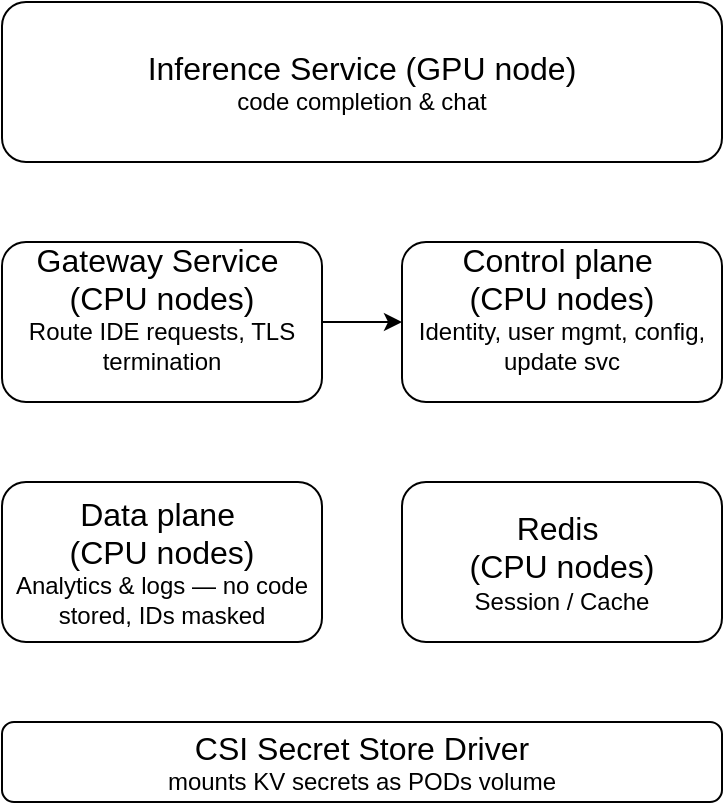
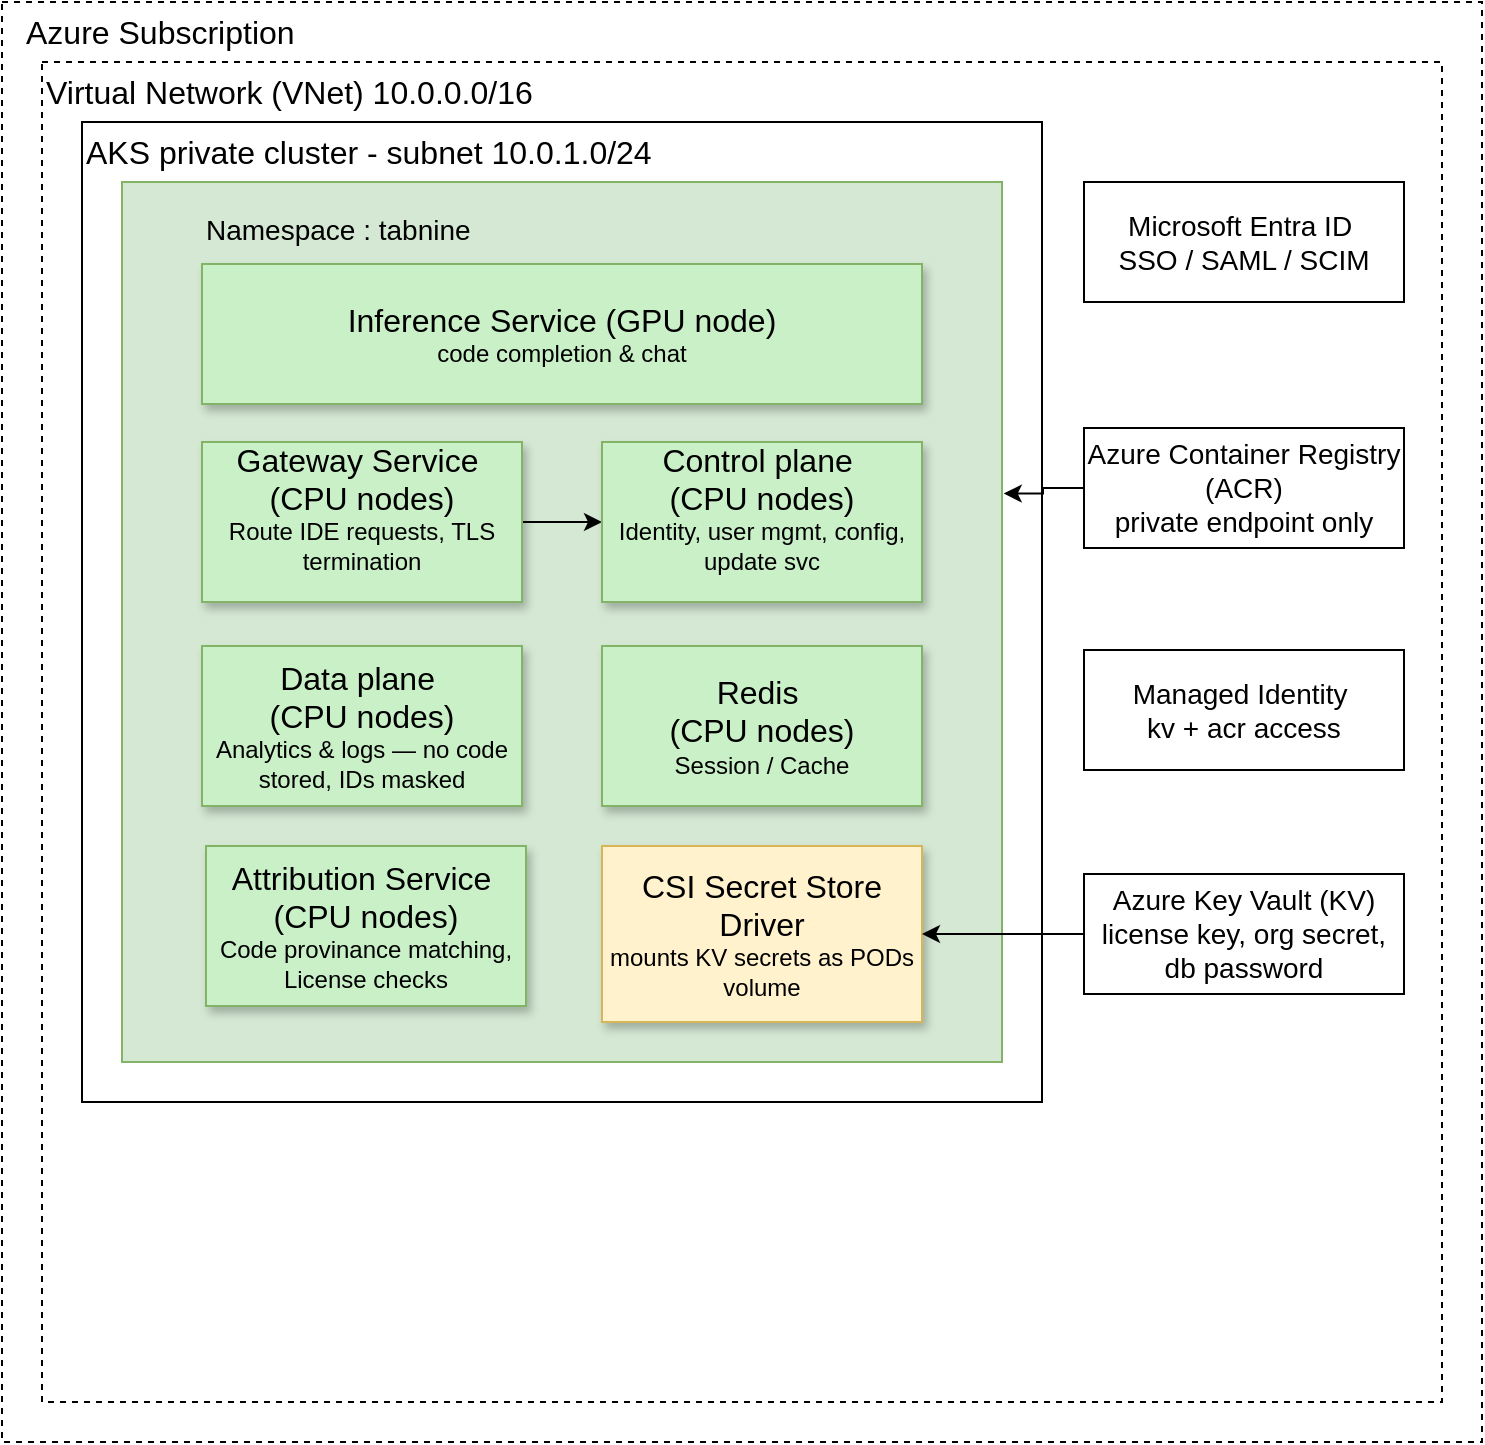
<mxfile host="app.diagrams.net">
  <diagram name="Page-1" id="RaZN6btFNOcmfo6LRZtj">
    <mxGraphModel dx="774" dy="463" grid="1" gridSize="10" guides="1" tooltips="1" connect="1" arrows="1" fold="1" page="1" pageScale="1" pageWidth="827" pageHeight="1169" math="0" shadow="0">
      <root>
        <mxCell id="0" />
        <mxCell id="1" parent="0" />
-         <mxCell id="NG9N9KS3YvPwX7sb8C-h-1" parent="1" style="rounded=1;whiteSpace=wrap;html=1;" value="&lt;font style=&quot;font-size: 16px;&quot;&gt;Inference Service (GPU node)&lt;/font&gt;&lt;div&gt;code completion &amp;amp; chat&lt;/div&gt;" vertex="1">
-           <mxGeometry height="80" width="360" x="160" y="120" as="geometry" />
+         <mxCell id="tj9_lGkRYH3mmmL8yxmY-16" parent="1" style="rounded=0;whiteSpace=wrap;html=1;dashed=1;" value="" vertex="1">
+           <mxGeometry height="720" width="740" x="60" y="20" as="geometry" />
+         </mxCell>
+         <mxCell id="tj9_lGkRYH3mmmL8yxmY-14" parent="1" style="rounded=0;whiteSpace=wrap;html=1;dashed=1;" value="" vertex="1">
+           <mxGeometry height="670" width="700" x="80" y="50" as="geometry" />
+         </mxCell>
+         <mxCell id="tj9_lGkRYH3mmmL8yxmY-12" parent="1" style="rounded=0;whiteSpace=wrap;html=1;" value="" vertex="1">
+           <mxGeometry height="490" width="480" x="100" y="80" as="geometry" />
+         </mxCell>
+         <mxCell id="tj9_lGkRYH3mmmL8yxmY-1" parent="1" style="rounded=0;whiteSpace=wrap;html=1;fillColor=#d5e8d4;strokeColor=#82b366;" value="" vertex="1">
+           <mxGeometry height="440" width="440" x="120" y="110" as="geometry" />
+         </mxCell>
+         <mxCell id="NG9N9KS3YvPwX7sb8C-h-1" parent="1" style="rounded=0;whiteSpace=wrap;html=1;fillColor=light-dark(#c9f0c7, #1f2f1e);strokeColor=#82b366;shadow=1;" value="&lt;font style=&quot;font-size: 16px;&quot;&gt;Inference Service (GPU node)&lt;/font&gt;&lt;div&gt;code completion &amp;amp; chat&lt;/div&gt;" vertex="1">
+           <mxGeometry height="70" width="360" x="160" y="151" as="geometry" />
        </mxCell>
        <mxCell id="X3gNwNGdug_4-xN7Soje-5" edge="1" parent="1" source="X3gNwNGdug_4-xN7Soje-1" style="edgeStyle=orthogonalEdgeStyle;rounded=0;orthogonalLoop=1;jettySize=auto;html=1;entryX=0;entryY=0.5;entryDx=0;entryDy=0;" target="X3gNwNGdug_4-xN7Soje-4">
          <mxGeometry relative="1" as="geometry" />
        </mxCell>
-         <mxCell id="X3gNwNGdug_4-xN7Soje-1" parent="1" style="rounded=1;whiteSpace=wrap;html=1;" value="&lt;div&gt;&lt;span style=&quot;font-size: 16px;&quot;&gt;Gateway Service&amp;nbsp;&lt;/span&gt;&lt;/div&gt;&lt;div&gt;&lt;span style=&quot;font-size: 16px;&quot;&gt;(CPU nodes)&lt;/span&gt;&lt;/div&gt;&lt;div&gt;&lt;font&gt;Route IDE requests, TLS termination&lt;/font&gt;&lt;/div&gt;&lt;div&gt;&lt;br&gt;&lt;/div&gt;" vertex="1">
+         <mxCell id="X3gNwNGdug_4-xN7Soje-1" parent="1" style="rounded=0;whiteSpace=wrap;html=1;fillColor=#C9F0C7;strokeColor=#82b366;shadow=1;" value="&lt;div&gt;&lt;span style=&quot;font-size: 16px;&quot;&gt;Gateway Service&amp;nbsp;&lt;/span&gt;&lt;/div&gt;&lt;div&gt;&lt;span style=&quot;font-size: 16px;&quot;&gt;(CPU nodes)&lt;/span&gt;&lt;/div&gt;&lt;div&gt;&lt;font&gt;Route IDE requests, TLS termination&lt;/font&gt;&lt;/div&gt;&lt;div&gt;&lt;br&gt;&lt;/div&gt;" vertex="1">
          <mxGeometry height="80" width="160" x="160" y="240" as="geometry" />
        </mxCell>
-         <mxCell id="X3gNwNGdug_4-xN7Soje-2" parent="1" style="rounded=1;whiteSpace=wrap;html=1;" value="&lt;div&gt;&lt;div&gt;&lt;span style=&quot;font-size: 16px;&quot;&gt;Data plane&amp;nbsp;&lt;/span&gt;&lt;/div&gt;&lt;div&gt;&lt;span style=&quot;font-size: 16px;&quot;&gt;(CPU nodes)&lt;/span&gt;&lt;/div&gt;&lt;div&gt;&lt;font&gt;Analytics &amp;amp; logs — no code stored, IDs masked&lt;/font&gt;&lt;/div&gt;&lt;/div&gt;" vertex="1">
-           <mxGeometry height="80" width="160" x="160" y="360" as="geometry" />
+         <mxCell id="X3gNwNGdug_4-xN7Soje-2" parent="1" style="rounded=0;whiteSpace=wrap;html=1;fillColor=#C9F0C7;strokeColor=#82b366;shadow=1;" value="&lt;div&gt;&lt;div&gt;&lt;span style=&quot;font-size: 16px;&quot;&gt;Data plane&amp;nbsp;&lt;/span&gt;&lt;/div&gt;&lt;div&gt;&lt;span style=&quot;font-size: 16px;&quot;&gt;(CPU nodes)&lt;/span&gt;&lt;/div&gt;&lt;div&gt;&lt;font&gt;Analytics &amp;amp; logs — no code stored, IDs masked&lt;/font&gt;&lt;/div&gt;&lt;/div&gt;" vertex="1">
+           <mxGeometry height="80" width="160" x="160" y="342" as="geometry" />
        </mxCell>
-         <mxCell id="X3gNwNGdug_4-xN7Soje-3" parent="1" style="rounded=1;whiteSpace=wrap;html=1;" value="&lt;div&gt;&lt;div&gt;&lt;span style=&quot;font-size: 16px;&quot;&gt;Redis&amp;nbsp;&lt;/span&gt;&lt;/div&gt;&lt;div&gt;&lt;span style=&quot;font-size: 16px;&quot;&gt;(CPU nodes)&lt;/span&gt;&lt;/div&gt;&lt;div&gt;&lt;font&gt;Session / Cache&lt;/font&gt;&lt;/div&gt;&lt;/div&gt;" vertex="1">
-           <mxGeometry height="80" width="160" x="360" y="360" as="geometry" />
+         <mxCell id="X3gNwNGdug_4-xN7Soje-3" parent="1" style="rounded=0;whiteSpace=wrap;html=1;fillColor=#C9F0C7;strokeColor=#82b366;shadow=1;" value="&lt;div&gt;&lt;div&gt;&lt;span style=&quot;font-size: 16px;&quot;&gt;Redis&amp;nbsp;&lt;/span&gt;&lt;/div&gt;&lt;div&gt;&lt;span style=&quot;font-size: 16px;&quot;&gt;(CPU nodes)&lt;/span&gt;&lt;/div&gt;&lt;div&gt;&lt;font&gt;Session / Cache&lt;/font&gt;&lt;/div&gt;&lt;/div&gt;" vertex="1">
+           <mxGeometry height="80" width="160" x="360" y="342" as="geometry" />
        </mxCell>
-         <mxCell id="X3gNwNGdug_4-xN7Soje-4" parent="1" style="rounded=1;whiteSpace=wrap;html=1;" value="&lt;div&gt;&lt;span style=&quot;font-size: 16px;&quot;&gt;Control plane&amp;nbsp;&lt;/span&gt;&lt;/div&gt;&lt;div&gt;&lt;span style=&quot;font-size: 16px;&quot;&gt;(CPU nodes)&lt;/span&gt;&lt;/div&gt;&lt;div&gt;&lt;font&gt;Identity, user mgmt, config, update svc&lt;/font&gt;&lt;/div&gt;&lt;div&gt;&lt;br&gt;&lt;/div&gt;" vertex="1">
+         <mxCell id="X3gNwNGdug_4-xN7Soje-4" parent="1" style="rounded=0;whiteSpace=wrap;html=1;fillColor=#C9F0C7;strokeColor=#82b366;shadow=1;" value="&lt;div&gt;&lt;span style=&quot;font-size: 16px;&quot;&gt;Control plane&amp;nbsp;&lt;/span&gt;&lt;/div&gt;&lt;div&gt;&lt;span style=&quot;font-size: 16px;&quot;&gt;(CPU nodes)&lt;/span&gt;&lt;/div&gt;&lt;div&gt;&lt;font&gt;Identity, user mgmt, config, update svc&lt;/font&gt;&lt;/div&gt;&lt;div&gt;&lt;br&gt;&lt;/div&gt;" vertex="1">
          <mxGeometry height="80" width="160" x="360" y="240" as="geometry" />
        </mxCell>
-         <mxCell id="X3gNwNGdug_4-xN7Soje-7" parent="1" style="rounded=1;whiteSpace=wrap;html=1;" value="&lt;div&gt;&lt;div&gt;&lt;span style=&quot;font-size: 16px;&quot;&gt;CSI Secret Store Driver&lt;/span&gt;&lt;/div&gt;&lt;div&gt;&lt;font&gt;mounts KV secrets as PODs volume&lt;/font&gt;&lt;/div&gt;&lt;/div&gt;" vertex="1">
-           <mxGeometry height="40" width="360" x="160" y="480" as="geometry" />
+         <mxCell id="X3gNwNGdug_4-xN7Soje-7" parent="1" style="rounded=0;whiteSpace=wrap;html=1;fillColor=#fff2cc;strokeColor=#d6b656;shadow=1;" value="&lt;div&gt;&lt;div&gt;&lt;span style=&quot;font-size: 16px;&quot;&gt;CSI Secret Store Driver&lt;/span&gt;&lt;/div&gt;&lt;div&gt;&lt;font&gt;mounts KV secrets as PODs volume&lt;/font&gt;&lt;/div&gt;&lt;/div&gt;" vertex="1">
+           <mxGeometry height="88" width="160" x="360" y="442" as="geometry" />
+         </mxCell>
+         <mxCell id="tj9_lGkRYH3mmmL8yxmY-2" parent="1" style="text;html=1;whiteSpace=wrap;strokeColor=none;fillColor=none;align=left;verticalAlign=middle;rounded=0;" value="&lt;font style=&quot;font-size: 14px;&quot;&gt;Namespace : tabnine&lt;/font&gt;" vertex="1">
+           <mxGeometry height="30" width="360" x="160" y="119" as="geometry" />
+         </mxCell>
+         <mxCell id="tj9_lGkRYH3mmmL8yxmY-3" parent="1" style="rounded=0;whiteSpace=wrap;html=1;" value="&lt;font style=&quot;font-size: 14px;&quot;&gt;Azure Container Registry (ACR)&lt;/font&gt;&lt;div&gt;&lt;font style=&quot;font-size: 14px;&quot;&gt;private endpoint only&lt;/font&gt;&lt;/div&gt;" vertex="1">
+           <mxGeometry height="60" width="160" x="601" y="233" as="geometry" />
+         </mxCell>
+         <mxCell id="tj9_lGkRYH3mmmL8yxmY-8" edge="1" parent="1" source="tj9_lGkRYH3mmmL8yxmY-4" style="edgeStyle=orthogonalEdgeStyle;rounded=0;orthogonalLoop=1;jettySize=auto;html=1;entryX=1;entryY=0.5;entryDx=0;entryDy=0;" target="X3gNwNGdug_4-xN7Soje-7">
+           <mxGeometry relative="1" as="geometry" />
+         </mxCell>
+         <mxCell id="tj9_lGkRYH3mmmL8yxmY-4" parent="1" style="rounded=0;whiteSpace=wrap;html=1;" value="&lt;font style=&quot;font-size: 14px;&quot;&gt;Azure Key Vault (KV)&lt;/font&gt;&lt;div&gt;&lt;font style=&quot;font-size: 14px;&quot;&gt;license key, org secret, db password&lt;/font&gt;&lt;/div&gt;" vertex="1">
+           <mxGeometry height="60" width="160" x="601" y="456" as="geometry" />
+         </mxCell>
+         <mxCell id="tj9_lGkRYH3mmmL8yxmY-5" parent="1" style="rounded=0;whiteSpace=wrap;html=1;" value="&lt;font style=&quot;font-size: 14px;&quot;&gt;Managed Identity&amp;nbsp;&lt;/font&gt;&lt;div&gt;&lt;font style=&quot;font-size: 14px;&quot;&gt;kv + acr access&lt;/font&gt;&lt;/div&gt;" vertex="1">
+           <mxGeometry height="60" width="160" x="601" y="344" as="geometry" />
+         </mxCell>
+         <mxCell id="tj9_lGkRYH3mmmL8yxmY-6" parent="1" style="rounded=0;whiteSpace=wrap;html=1;" value="&lt;font style=&quot;font-size: 14px;&quot;&gt;Microsoft Entra ID&amp;nbsp;&lt;/font&gt;&lt;div&gt;&lt;font style=&quot;font-size: 14px;&quot;&gt;SSO / SAML / SCIM&lt;/font&gt;&lt;/div&gt;" vertex="1">
+           <mxGeometry height="60" width="160" x="601" y="110" as="geometry" />
+         </mxCell>
+         <mxCell id="tj9_lGkRYH3mmmL8yxmY-10" edge="1" parent="1" source="tj9_lGkRYH3mmmL8yxmY-3" style="edgeStyle=orthogonalEdgeStyle;rounded=0;orthogonalLoop=1;jettySize=auto;html=1;exitX=0;exitY=0.5;exitDx=0;exitDy=0;entryX=1.002;entryY=0.354;entryDx=0;entryDy=0;entryPerimeter=0;" target="tj9_lGkRYH3mmmL8yxmY-1">
+           <mxGeometry relative="1" as="geometry" />
+         </mxCell>
+         <mxCell id="tj9_lGkRYH3mmmL8yxmY-11" parent="1" style="rounded=0;whiteSpace=wrap;html=1;fillColor=#C9F0C7;strokeColor=#82b366;shadow=1;" value="&lt;div&gt;&lt;div&gt;&lt;span style=&quot;font-size: 16px;&quot;&gt;Attribution Service&amp;nbsp;&lt;/span&gt;&lt;/div&gt;&lt;div&gt;&lt;span style=&quot;font-size: 16px;&quot;&gt;(CPU nodes)&lt;/span&gt;&lt;/div&gt;&lt;div&gt;&lt;font&gt;Code provinance matching, License checks&lt;/font&gt;&lt;/div&gt;&lt;/div&gt;" vertex="1">
+           <mxGeometry height="80" width="160" x="162" y="442" as="geometry" />
+         </mxCell>
+         <mxCell id="tj9_lGkRYH3mmmL8yxmY-13" parent="1" style="text;html=1;whiteSpace=wrap;strokeColor=none;fillColor=none;align=left;verticalAlign=middle;rounded=0;" value="&lt;font style=&quot;font-size: 16px;&quot;&gt;AKS private cluster - subnet 10.0.1.0/24&lt;/font&gt;" vertex="1">
+           <mxGeometry height="30" width="480" x="100" y="80" as="geometry" />
+         </mxCell>
+         <mxCell id="tj9_lGkRYH3mmmL8yxmY-15" parent="1" style="text;html=1;whiteSpace=wrap;strokeColor=none;fillColor=none;align=left;verticalAlign=middle;rounded=0;" value="&lt;font style=&quot;font-size: 16px;&quot;&gt;Virtual Network (VNet) 10.0.0.0/16&lt;/font&gt;" vertex="1">
+           <mxGeometry height="30" width="700" x="80" y="50" as="geometry" />
+         </mxCell>
+         <mxCell id="tj9_lGkRYH3mmmL8yxmY-17" parent="1" style="text;html=1;whiteSpace=wrap;strokeColor=none;fillColor=none;align=left;verticalAlign=middle;rounded=0;" value="&lt;font style=&quot;font-size: 16px;&quot;&gt;Azure Subscription&lt;/font&gt;" vertex="1">
+           <mxGeometry height="30" width="730" x="70" y="20" as="geometry" />
        </mxCell>
      </root>
    </mxGraphModel>
  </diagram>
</mxfile>
